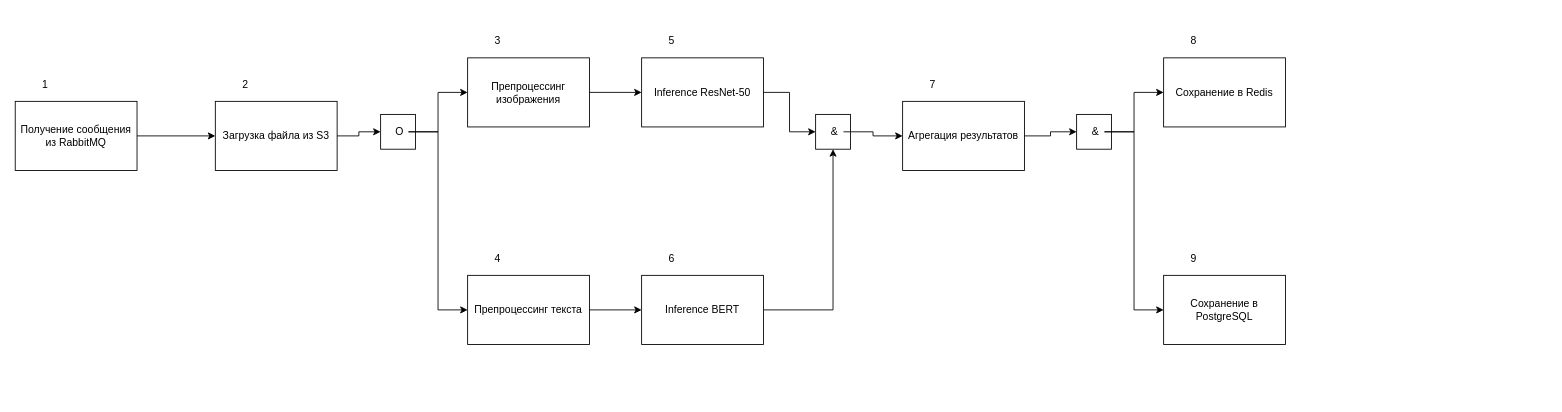
The draw.io diagram diagrams-codes/IDEF3_P3.drawio in Edisheri/system-engineering-playbook, before the edit. Source tidied: cells renumbered, new cells numbered last; positions are measured from the earlier drawing's top-left corner, leaving out a move shared by most shapes. Both pictures are drawn from the tidied source at 87%, with x=0, y=0 at pixel (15, 14).
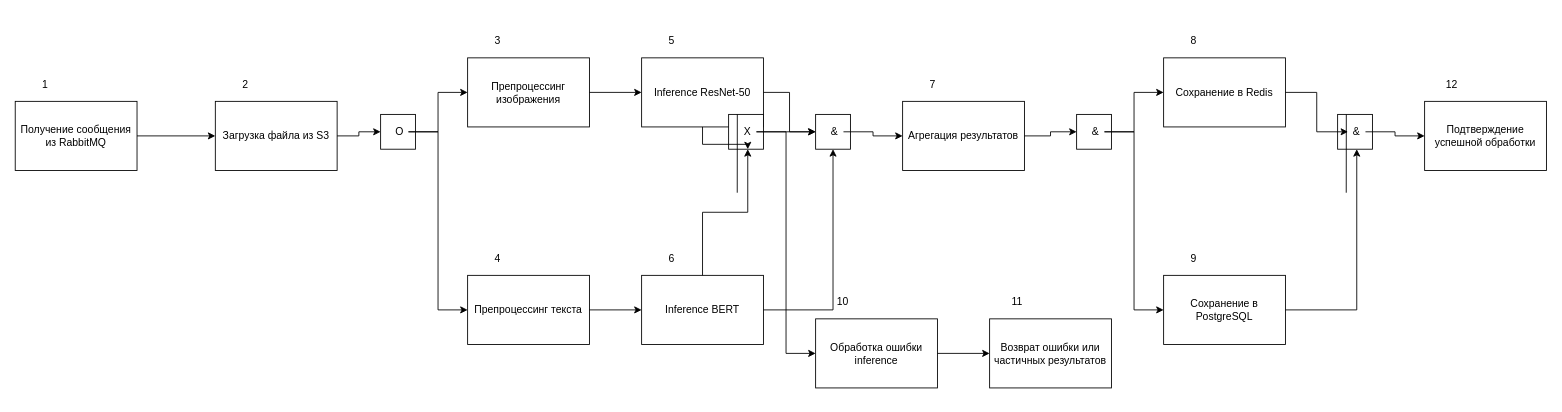
The same page after the edit.

Unchanged cells that the change refers to:
```xml
<mxCell id="18" value="Inference ResNet-50" style="rounded=0;whiteSpace=wrap;html=1;" parent="17" vertex="1">
  <mxGeometry width="140" height="79.4" as="geometry" />
</mxCell>
<mxCell id="21" value="Inference BERT" style="rounded=0;whiteSpace=wrap;html=1;" parent="20" vertex="1">
  <mxGeometry width="140" height="79.4" as="geometry" />
</mxCell>
<mxCell id="24" style="rounded=0;whiteSpace=wrap;html=1;" parent="23" vertex="1">
  <mxGeometry width="40" height="40" as="geometry" />
</mxCell>
<mxCell id="33" value="Сохранение в Redis" style="rounded=0;whiteSpace=wrap;html=1;" parent="32" vertex="1">
  <mxGeometry width="140" height="79.4" as="geometry" />
</mxCell>
<mxCell id="36" value="Сохранение в PostgreSQL" style="rounded=0;whiteSpace=wrap;html=1;" parent="35" vertex="1">
  <mxGeometry width="140" height="79.4" as="geometry" />
</mxCell>
```

The edit, as a diff of the source:
```diff
@@
+    <mxCell id="50" style="group;" parent="1" vertex="1">
+      <mxGeometry x="920" y="350" width="140" height="90" as="geometry" />
+    </mxCell>
+    <mxCell id="51" value="Обработка ошибки inference" style="rounded=0;whiteSpace=wrap;html=1;" parent="50" vertex="1">
+      <mxGeometry width="140" height="79.4" as="geometry" />
+    </mxCell>
+    <mxCell id="52" value="10" style="text;html=1;align=right;verticalAlign=bottom;whiteSpace=wrap;rounded=0;" parent="50" vertex="1">
+      <mxGeometry y="-49.7" width="40" height="39.7" as="geometry" />
+    </mxCell>
+    <mxCell id="53" style="group;" parent="1" vertex="1">
+      <mxGeometry x="1120" y="350" width="140" height="90" as="geometry" />
+    </mxCell>
+    <mxCell id="54" value="Возврат ошибки или частичных результатов" style="rounded=0;whiteSpace=wrap;html=1;" parent="53" vertex="1">
+      <mxGeometry width="140" height="79.4" as="geometry" />
+    </mxCell>
+    <mxCell id="55" value="11" style="text;html=1;align=right;verticalAlign=bottom;whiteSpace=wrap;rounded=0;" parent="53" vertex="1">
+      <mxGeometry y="-49.7" width="40" height="39.7" as="geometry" />
+    </mxCell>
+    <mxCell id="56" style="group;" parent="1" vertex="1">
+      <mxGeometry x="1520" y="115" width="40" height="50" as="geometry" />
+    </mxCell>
+    <mxCell id="57" style="rounded=0;whiteSpace=wrap;html=1;" parent="56" vertex="1">
+      <mxGeometry width="40" height="40" as="geometry" />
+    </mxCell>
+    <mxCell id="58" style="endArrow=none;html=1;rounded=0;exitX=0.347;exitY=1;exitDx=0;exitDy=0;exitPerimeter=0;entryX=0.25;entryY=0;entryDx=0;entryDy=0;" parent="56" edge="1" target="57">
+      <mxGeometry relative="1" as="geometry">
+        <mxPoint x="9.9" y="90" as="sourcePoint" />
+      </mxGeometry>
+    </mxCell>
+    <mxCell id="59" value="&amp;" style="text;html=1;align=center;verticalAlign=middle;whiteSpace=wrap;rounded=0;" parent="56" vertex="1">
+      <mxGeometry x="12" width="20" height="40" as="geometry" />
+    </mxCell>
+    <mxCell id="60" style="group;" parent="1" vertex="1">
+      <mxGeometry x="1620" y="100" width="140" height="100" as="geometry" />
+    </mxCell>
+    <mxCell id="61" value="Подтверждение успешной обработки" style="rounded=0;whiteSpace=wrap;html=1;" parent="60" vertex="1">
+      <mxGeometry width="140" height="79.4" as="geometry" />
+    </mxCell>
+    <mxCell id="62" value="12" style="text;html=1;align=right;verticalAlign=bottom;whiteSpace=wrap;rounded=0;" parent="60" vertex="1">
+      <mxGeometry y="-49.7" width="40" height="39.7" as="geometry" />
+    </mxCell>
+    <mxCell id="63" style="group;" parent="1" vertex="1">
+      <mxGeometry x="820" y="115" width="40" height="50" as="geometry" />
+    </mxCell>
+    <mxCell id="64" style="rounded=0;whiteSpace=wrap;html=1;" parent="63" vertex="1">
+      <mxGeometry width="40" height="40" as="geometry" />
+    </mxCell>
+    <mxCell id="65" style="endArrow=none;html=1;rounded=0;exitX=0.347;exitY=1;exitDx=0;exitDy=0;exitPerimeter=0;entryX=0.25;entryY=0;entryDx=0;entryDy=0;" parent="63" edge="1" target="64">
+      <mxGeometry relative="1" as="geometry">
+        <mxPoint x="9.9" y="90" as="sourcePoint" />
+      </mxGeometry>
+    </mxCell>
+    <mxCell id="66" value="Х" style="text;html=1;align=center;verticalAlign=middle;whiteSpace=wrap;rounded=0;" parent="63" vertex="1">
+      <mxGeometry x="12" width="20" height="40" as="geometry" />
+    </mxCell>
+    <mxCell id="67" style="edgeStyle=orthogonalEdgeStyle;rounded=0;jettySize=auto;html=1;" parent="1" edge="1" source="18" target="66">
+      <mxGeometry relative="1" as="geometry" />
+    </mxCell>
+    <mxCell id="68" style="edgeStyle=orthogonalEdgeStyle;rounded=0;jettySize=auto;html=1;" parent="1" edge="1" source="21" target="66">
+      <mxGeometry relative="1" as="geometry" />
+    </mxCell>
+    <mxCell id="69" style="edgeStyle=orthogonalEdgeStyle;rounded=0;jettySize=auto;html=1;entryX=0;entryY=0.5;entryDx=0;entryDy=0;" parent="1" edge="1" source="66" target="24">
+      <mxGeometry relative="1" as="geometry" />
+    </mxCell>
+    <mxCell id="70" style="edgeStyle=orthogonalEdgeStyle;rounded=0;jettySize=auto;html=1;entryX=0;entryY=0.5;entryDx=0;entryDy=0;" parent="1" edge="1" source="66" target="51">
+      <mxGeometry relative="1" as="geometry" />
+    </mxCell>
+    <mxCell id="71" style="edgeStyle=orthogonalEdgeStyle;rounded=0;jettySize=auto;html=1;" parent="1" edge="1" source="51" target="54">
+      <mxGeometry relative="1" as="geometry" />
+    </mxCell>
+    <mxCell id="72" style="edgeStyle=orthogonalEdgeStyle;rounded=0;jettySize=auto;html=1;" parent="1" edge="1" source="33" target="59">
+      <mxGeometry relative="1" as="geometry" />
+    </mxCell>
+    <mxCell id="73" style="edgeStyle=orthogonalEdgeStyle;rounded=0;jettySize=auto;html=1;" parent="1" edge="1" source="36" target="59">
+      <mxGeometry relative="1" as="geometry" />
+    </mxCell>
+    <mxCell id="74" style="edgeStyle=orthogonalEdgeStyle;rounded=0;jettySize=auto;html=1;entryX=0;entryY=0.5;entryDx=0;entryDy=0;" parent="1" edge="1" source="59" target="61">
+      <mxGeometry relative="1" as="geometry" />
+    </mxCell>
```
